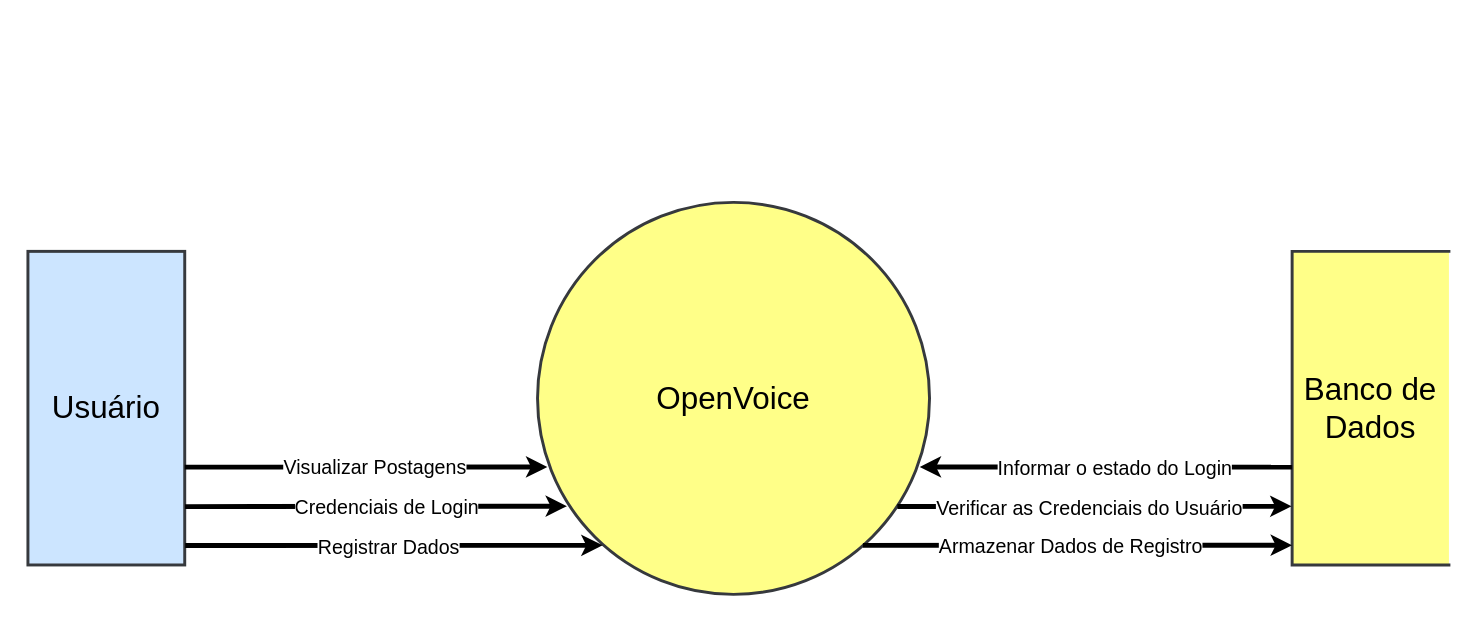
This is misc/diagramas/Diagrama de Fluxo de Dados Nível 0.drawio from VerbalThree/OpenVoice, a draw.io file, before an edit. Source tidied: cells renumbered, new cells numbered last; positions are measured from the earlier drawing's top-left corner, leaving out a move shared by most shapes. Both pictures are drawn from the tidied source at 98%, with x=0, y=0 at pixel (27, 202).
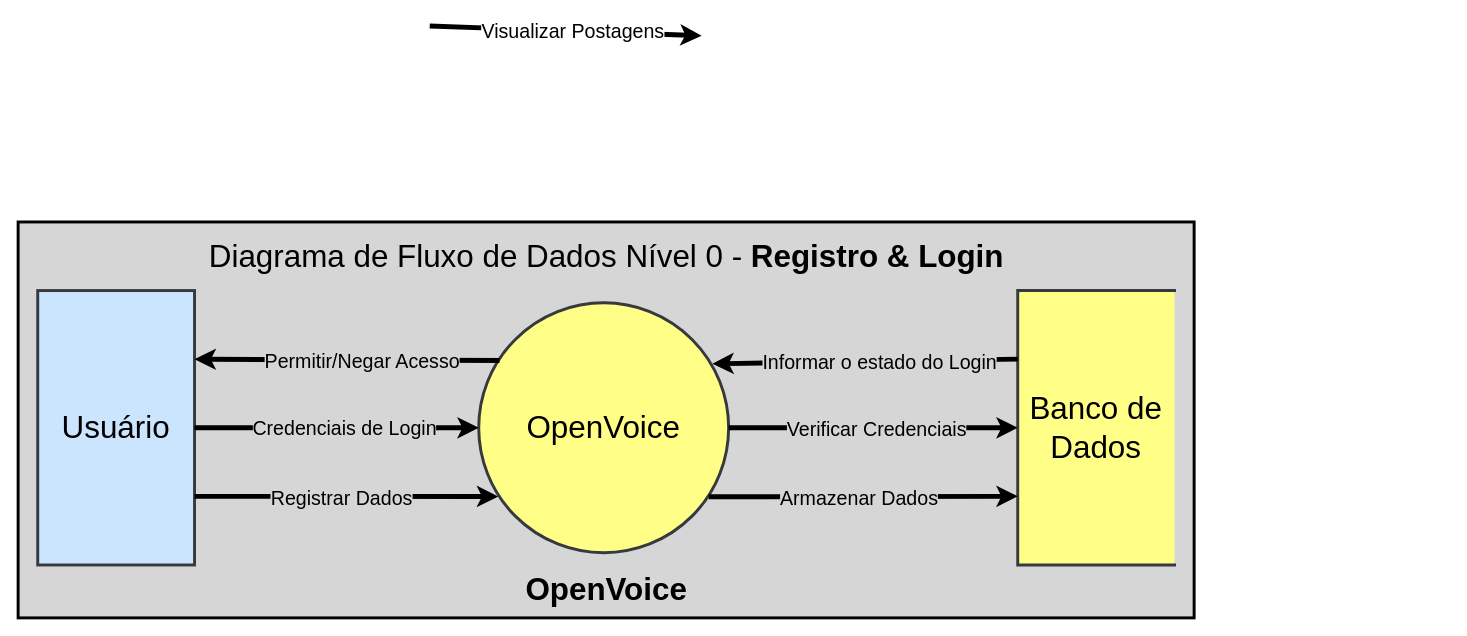
The same page after the edit.

The edit, as a diff of the source:
```diff
@@
+    <mxCell id="17" style="rounded=0;whiteSpace=wrap;html=1;font-weight:bold;strokeWidth=3;perimeterSpacing=0;fillColor=#D6D6D6;fillStyle=solid;" parent="1" vertex="1">
+      <mxGeometry x="-10" y="20" width="1200" height="404" as="geometry" />
+    </mxCell>
     <mxCell id="2" value="&lt;font style=&quot;font-size: 32px;&quot;&gt;OpenVoice&lt;br&gt;&lt;/font&gt;" style="ellipse;whiteSpace=wrap;html=1;strokeWidth=3;fillColor=#ffff88;strokeColor=#36393d;" parent="1" vertex="1">
-      <mxGeometry x="520" width="400" height="400" as="geometry" />
+      <mxGeometry x="460" y="102.5" width="255" height="255" as="geometry" />
     </mxCell>
     <mxCell id="3" value="&lt;font style=&quot;font-size: 32px;&quot;&gt;Usuário&lt;/font&gt;" style="html=1;dashed=0;whiteSpace=wrap;strokeWidth=3;fillColor=#cce5ff;strokeColor=#36393d;" parent="1" vertex="1">
-      <mxGeometry y="50" width="160" height="320" as="geometry" />
+      <mxGeometry x="10" y="90" width="160" height="280" as="geometry" />
     </mxCell>
     <mxCell id="4" value="&lt;font style=&quot;font-size: 32px;&quot;&gt;Banco de Dados&lt;br&gt;&lt;/font&gt;" style="html=1;dashed=0;whiteSpace=wrap;shape=partialRectangle;right=0;strokeWidth=3;fillColor=#ffff88;strokeColor=#36393d;" parent="1" vertex="1">
-      <mxGeometry x="1290" y="50" width="160" height="320" as="geometry" />
+      <mxGeometry x="1010" y="90" width="160" height="280" as="geometry" />
     </mxCell>
-    <mxCell id="5" value="&amp;nbsp;" style="endArrow=classic;html=1;rounded=0;strokeWidth=5;exitX=1.003;exitY=0.938;exitDx=0;exitDy=0;entryX=0.166;entryY=0.875;entryDx=0;entryDy=0;exitPerimeter=0;startArrow=none;startFill=0;endFill=1;entryPerimeter=0;" parent="1" edge="1" source="3" target="2">
+    <mxCell id="5" value="&amp;nbsp;" style="endArrow=classic;html=1;rounded=0;strokeWidth=5;exitX=1;exitY=0.75;exitDx=0;exitDy=0;entryX=0.078;entryY=0.775;entryDx=0;entryDy=0;startArrow=none;startFill=0;endFill=1;entryPerimeter=0;" parent="1" edge="1" source="3" target="2">
       <mxGeometry relative="1" as="geometry" />
     </mxCell>
-    <mxCell id="6" value="&lt;font style=&quot;font-size: 20px;&quot;&gt;Registrar Dados&lt;/font&gt;" style="edgeLabel;html=1;align=center;verticalAlign=middle;" parent="5" vertex="1">
+    <mxCell id="6" value="&lt;font style=&quot;font-size: 20px;&quot;&gt;Registrar Dados&lt;/font&gt;" style="edgeLabel;html=1;align=center;verticalAlign=middle;labelBackgroundColor=#d6d6d6;" parent="5" vertex="1">
       <mxGeometry x="-0.03" relative="1" as="geometry" />
     </mxCell>
-    <mxCell id="7" value="&amp;nbsp;" style="endArrow=classic;html=1;rounded=0;strokeWidth=5;exitX=0.83;exitY=0.875;exitDx=0;exitDy=0;entryX=-0.001;entryY=0.937;entryDx=0;entryDy=0;startArrow=none;startFill=0;endFill=1;entryPerimeter=0;exitPerimeter=0;" parent="1" edge="1" source="2" target="4">
-      <mxGeometry relative="1" as="geometry" />
-    </mxCell>
-    <mxCell id="8" value="&lt;font style=&quot;font-size: 20px;&quot;&gt;Armazenar Dados de Registro&lt;br&gt;&lt;/font&gt;" style="edgeLabel;html=1;align=center;verticalAlign=middle;" parent="7" vertex="1">
-      <mxGeometry x="-0.03" relative="1" as="geometry" />
-    </mxCell>
-    <mxCell id="9" style="endArrow=classic;html=1;rounded=0;strokeWidth=5;endFill=1;exitX=1.002;exitY=0.814;exitDx=0;exitDy=0;exitPerimeter=0;entryX=0.075;entryY=0.775;entryDx=0;entryDy=0;entryPerimeter=0;" parent="1" edge="1" source="3" target="2">
+    <mxCell id="9" style="endArrow=classic;html=1;rounded=0;strokeWidth=5;endFill=1;exitX=1;exitY=0.5;exitDx=0;exitDy=0;entryX=0;entryY=0.5;entryDx=0;entryDy=0;" parent="1" edge="1" source="3" target="2">
       <mxGeometry relative="1" as="geometry" />
     </mxCell>
-    <mxCell id="10" value="&lt;font style=&quot;font-size: 20px;&quot;&gt;Credenciais de Login&lt;br&gt;&lt;/font&gt;" style="edgeLabel;html=1;align=center;verticalAlign=middle;" parent="9" vertex="1">
+    <mxCell id="10" value="&lt;font style=&quot;font-size: 20px;&quot;&gt;Credenciais de Login&lt;br&gt;&lt;/font&gt;" style="edgeLabel;html=1;align=center;verticalAlign=middle;labelBackgroundColor=#d6d6d6;" parent="9" vertex="1">
       <mxGeometry x="0.05" y="1" relative="1" as="geometry" />
     </mxCell>
-    <mxCell id="11" style="endArrow=classic;html=1;rounded=0;strokeWidth=5;endFill=1;exitX=0.918;exitY=0.776;exitDx=0;exitDy=0;entryX=-0.004;entryY=0.813;entryDx=0;entryDy=0;entryPerimeter=0;startArrow=none;startFill=0;exitPerimeter=0;" parent="1" edge="1" source="2" target="4">
+    <mxCell id="11" style="endArrow=classic;html=1;rounded=0;strokeWidth=5;endFill=1;exitX=1;exitY=0.5;exitDx=0;exitDy=0;entryX=0;entryY=0.5;entryDx=0;entryDy=0;startArrow=none;startFill=0;" parent="1" edge="1" source="2" target="4">
       <mxGeometry relative="1" as="geometry" />
     </mxCell>
-    <mxCell id="12" value="&lt;font style=&quot;font-size: 20px;&quot;&gt;Verificar as Credenciais do Usuário&lt;br&gt;&lt;/font&gt;" style="edgeLabel;html=1;align=center;verticalAlign=middle;" parent="11" vertex="1">
+    <mxCell id="12" value="&lt;font style=&quot;font-size: 20px;&quot;&gt;Verificar Credenciais&lt;br&gt;&lt;/font&gt;" style="edgeLabel;html=1;align=center;verticalAlign=middle;labelBackgroundColor=#d6d6d6;" parent="11" vertex="1">
       <mxGeometry x="-0.16" relative="1" as="geometry">
         <mxPoint x="26" as="offset" />
       </mxGeometry>
     </mxCell>
-    <mxCell id="13" style="endArrow=none;html=1;rounded=0;strokeWidth=5;endFill=0;entryX=0;entryY=0.688;entryDx=0;entryDy=0;entryPerimeter=0;startArrow=classic;startFill=1;exitX=0.975;exitY=0.675;exitDx=0;exitDy=0;exitPerimeter=0;" parent="1" edge="1" source="2" target="4">
+    <mxCell id="13" style="endArrow=none;html=1;rounded=0;strokeWidth=5;endFill=0;entryX=0;entryY=0.25;entryDx=0;entryDy=0;startArrow=classic;startFill=1;exitX=0.935;exitY=0.244;exitDx=0;exitDy=0;exitPerimeter=0;" parent="1" edge="1" source="2" target="4">
       <mxGeometry relative="1" as="geometry" />
     </mxCell>
-    <mxCell id="14" value="&lt;font style=&quot;font-size: 20px;&quot;&gt;Informar o estado do Login&lt;br&gt;&lt;/font&gt;" style="edgeLabel;html=1;align=center;verticalAlign=middle;" parent="13" vertex="1">
+    <mxCell id="14" value="&lt;font style=&quot;font-size: 20px;&quot;&gt;Informar o estado do Login&lt;br&gt;&lt;/font&gt;" style="edgeLabel;html=1;align=center;verticalAlign=middle;labelBackgroundColor=#d6d6d6;" parent="13" vertex="1">
       <mxGeometry x="-0.16" relative="1" as="geometry">
         <mxPoint x="39" as="offset" />
       </mxGeometry>
     </mxCell>
-    <mxCell id="15" style="endArrow=classic;html=1;rounded=0;strokeWidth=5;endFill=1;exitX=1;exitY=0.688;exitDx=0;exitDy=0;exitPerimeter=0;entryX=0.025;entryY=0.675;entryDx=0;entryDy=0;entryPerimeter=0;" parent="1" edge="1" source="3" target="2">
-      <mxGeometry relative="1" as="geometry" />
+    <mxCell id="15" style="endArrow=classic;html=1;rounded=0;strokeWidth=5;endFill=1;exitX=1;exitY=0.688;exitDx=0;exitDy=0;exitPerimeter=0;entryX=0.025;entryY=0.675;entryDx=0;entryDy=0;entryPerimeter=0;" parent="1" edge="1">
+      <mxGeometry relative="1" as="geometry">
+        <mxPoint x="410" y="-180" as="sourcePoint" />
+        <mxPoint x="687.5" y="-170.1" as="targetPoint" />
+      </mxGeometry>
     </mxCell>
@@
+    <mxCell id="18" style="endArrow=classic;html=1;rounded=0;strokeWidth=5;endFill=1;entryX=1;entryY=0.25;entryDx=0;entryDy=0;startArrow=none;startFill=0;exitX=0.083;exitY=0.231;exitDx=0;exitDy=0;exitPerimeter=0;" parent="1" edge="1" source="2" target="3">
+      <mxGeometry relative="1" as="geometry" />
+    </mxCell>
+    <mxCell id="19" value="&lt;font style=&quot;font-size: 20px;&quot;&gt;Permitir/Negar Acesso&lt;br&gt;&lt;/font&gt;" style="edgeLabel;html=1;align=center;verticalAlign=middle;labelBackgroundColor=#d6d6d6;" parent="18" vertex="1">
+      <mxGeometry x="-0.16" relative="1" as="geometry">
+        <mxPoint x="-10" as="offset" />
+      </mxGeometry>
+    </mxCell>
+    <mxCell id="20" value="&amp;nbsp;" style="endArrow=classic;html=1;rounded=0;strokeWidth=5;exitX=0.92;exitY=0.776;exitDx=0;exitDy=0;entryX=0.078;entryY=0.775;entryDx=0;entryDy=0;startArrow=none;startFill=0;endFill=1;entryPerimeter=0;exitPerimeter=0;" parent="1" edge="1" source="2">
+      <mxGeometry relative="1" as="geometry">
+        <mxPoint x="1010" y="300" as="targetPoint" />
+      </mxGeometry>
+    </mxCell>
+    <mxCell id="21" value="&lt;font style=&quot;font-size: 20px;&quot;&gt;Armazenar Dados&lt;br&gt;&lt;/font&gt;" style="edgeLabel;html=1;align=center;verticalAlign=middle;labelBackgroundColor=#d6d6d6;" parent="20" vertex="1">
+      <mxGeometry x="-0.03" relative="1" as="geometry" />
+    </mxCell>
+    <mxCell id="22" value="&lt;font style=&quot;font-size: 32px;&quot;&gt;Diagrama de Fluxo de Dados Nível 0 - &lt;b&gt;Registro &amp;amp; Login&lt;/b&gt;&lt;br&gt;&lt;/font&gt;" style="text;html=1;align=center;verticalAlign=middle;strokeColor=none;fillColor=none;" parent="1" vertex="1">
+      <mxGeometry x="175" y="30" width="830" height="50" as="geometry" />
+    </mxCell>
+    <mxCell id="23" value="&lt;b&gt;&lt;font style=&quot;font-size: 32px;&quot;&gt;OpenVoice&lt;/font&gt;&lt;/b&gt;" style="text;html=1;align=center;verticalAlign=middle;strokeColor=none;fillColor=none;" parent="1" vertex="1">
+      <mxGeometry x="495" y="370" width="190" height="50" as="geometry" />
+    </mxCell>
```
